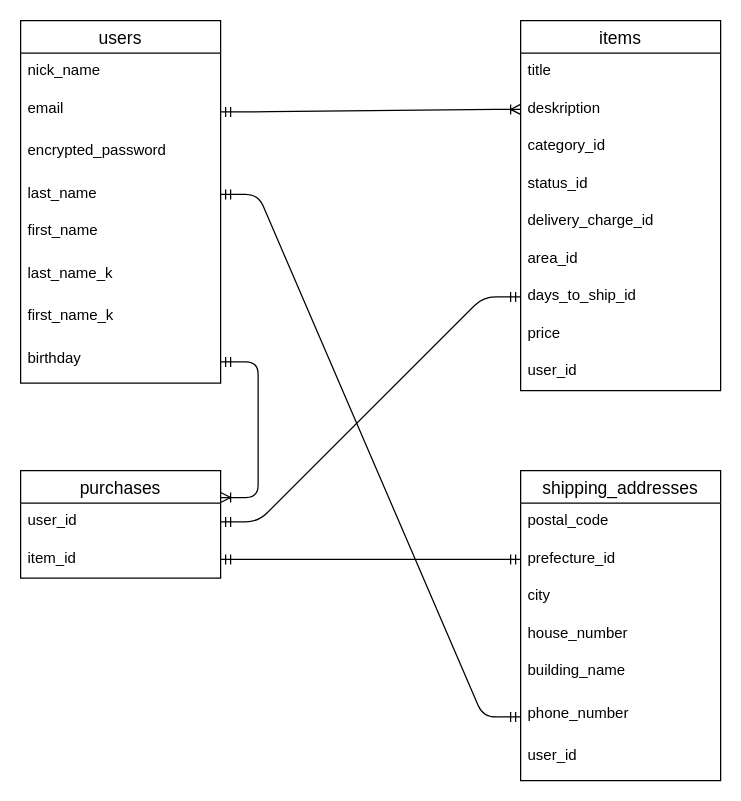
Before: furima.dio in ToruNishioka/furima-33833, a draw.io diagram. Source tidied: cells renumbered, new cells numbered last; positions are measured from the earlier drawing's top-left corner, leaving out a move shared by most shapes. Both pictures are drawn from the tidied source at 125%, with x=0, y=0 at pixel (20, 20).
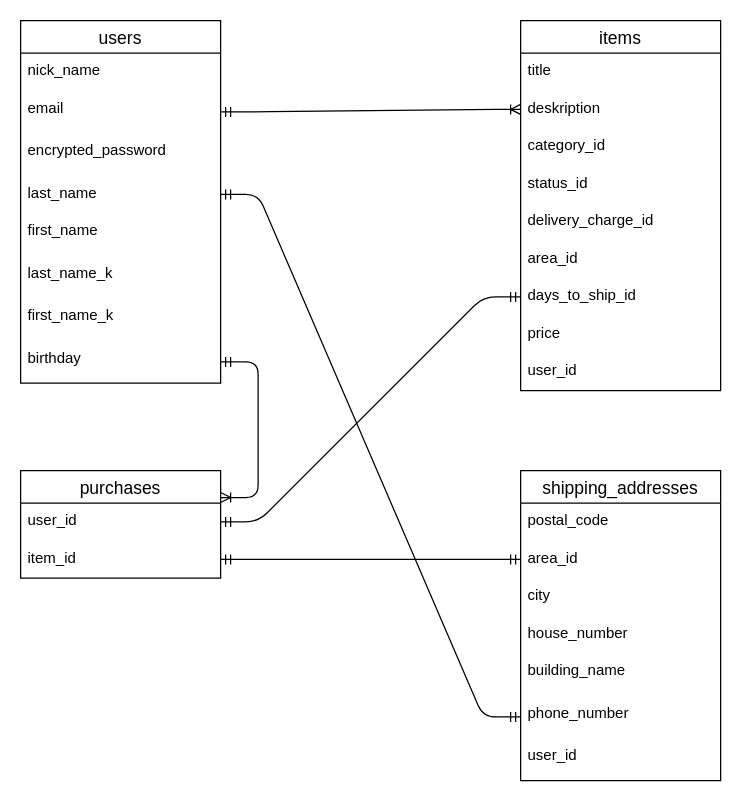
The same page after the edit.

Commit message (it also covers changes not shown here):
second commit手直し4

Unchanged cells that the change refers to:
```xml
<mxCell id="24" value="shipping_addresses" style="swimlane;fontStyle=0;horizontal=1;startSize=26;align=center;fontSize=14;" parent="1" vertex="1">
  <mxGeometry x="400" y="360" width="160" height="248" as="geometry" />
</mxCell>
```

What changed in the source:
```diff
@@
-    <mxCell id="26" value="prefecture_id" style="text;strokeColor=none;fillColor=none;spacingLeft=4;spacingRight=4;overflow=hidden;points=[[0,0.5],[1,0.5]];portConstraint=eastwest;fontSize=12;" parent="24" vertex="1">
+    <mxCell id="26" value="area_id" style="text;strokeColor=none;fillColor=none;spacingLeft=4;spacingRight=4;overflow=hidden;points=[[0,0.5],[1,0.5]];portConstraint=eastwest;fontSize=12;" parent="24" vertex="1">
       <mxGeometry y="56" width="160" height="30" as="geometry" />
     </mxCell>
```
